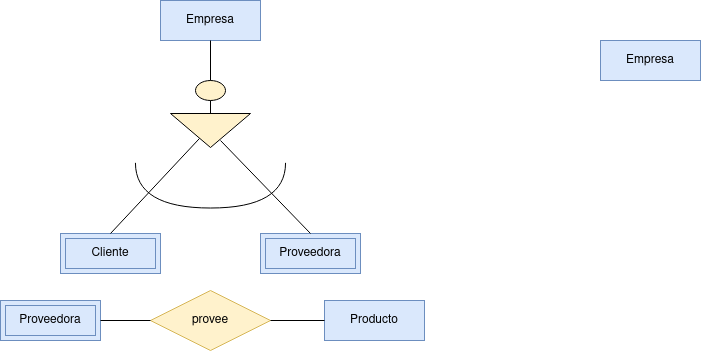
Earlier version of the draw.io export Unidad-1/Tareas/Tarea_Entregable-4/Diagrama Tarea Entregable 4.drawio.png (RafaelMayor/base-datos). Source tidied: cells renumbered, new cells last; positions are measured from the earlier drawing's top-left corner, leaving out a move shared by most shapes. The source it was exported from:
```xml
<mxGraphModel>
  <root>
    <mxCell id="0" />
    <mxCell id="1" parent="0" />
    <mxCell id="2" value="Empresa" style="whiteSpace=wrap;html=1;align=center;fillColor=#dae8fc;strokeColor=#6c8ebf;" parent="1" vertex="1">
      <mxGeometry x="160" width="100" height="40" as="geometry" />
    </mxCell>
    <mxCell id="3" value="Proveedora" style="shape=ext;margin=3;double=1;whiteSpace=wrap;html=1;align=center;fillColor=#dae8fc;strokeColor=#6c8ebf;" parent="1" vertex="1">
      <mxGeometry x="260" y="233" width="100" height="40" as="geometry" />
    </mxCell>
    <mxCell id="4" value="Cliente" style="shape=ext;margin=3;double=1;whiteSpace=wrap;html=1;align=center;fillColor=#dae8fc;strokeColor=#6c8ebf;" parent="1" vertex="1">
      <mxGeometry x="60" y="233" width="100" height="40" as="geometry" />
    </mxCell>
    <mxCell id="5" value="Producto" style="whiteSpace=wrap;html=1;align=center;fillColor=#dae8fc;strokeColor=#6c8ebf;" parent="1" vertex="1">
      <mxGeometry x="324" y="300" width="100" height="40" as="geometry" />
    </mxCell>
    <mxCell id="6" value="Empresa" style="whiteSpace=wrap;html=1;align=center;fillColor=#dae8fc;strokeColor=#6c8ebf;" parent="1" vertex="1">
      <mxGeometry x="600" y="40" width="100" height="40" as="geometry" />
    </mxCell>
    <mxCell id="7" style="ellipse;whiteSpace=wrap;html=1;fillColor=#fff2cc;strokeColor=#000000;" parent="1" vertex="1">
      <mxGeometry x="195" y="80" width="30" height="20" as="geometry" />
    </mxCell>
    <mxCell id="8" style="triangle;whiteSpace=wrap;html=1;rotation=90;fillColor=#fff2cc;strokeColor=#000000;" parent="1" vertex="1">
      <mxGeometry x="193" y="90" width="34" height="80" as="geometry" />
    </mxCell>
    <mxCell id="9" style="shape=requiredInterface;html=1;verticalLabelPosition=bottom;sketch=0;rotation=90;" parent="1" vertex="1">
      <mxGeometry x="187.4" y="109.9" width="45.2" height="150.1" as="geometry" />
    </mxCell>
    <mxCell id="10" style="endArrow=none;html=1;rounded=0;entryX=0.735;entryY=0.638;entryDx=0;entryDy=0;entryPerimeter=0;exitX=0.5;exitY=0;exitDx=0;exitDy=0;" parent="1" edge="1" source="4" target="8">
      <mxGeometry relative="1" as="geometry" />
    </mxCell>
    <mxCell id="11" style="endArrow=none;html=1;rounded=0;entryX=0.794;entryY=0.375;entryDx=0;entryDy=0;entryPerimeter=0;exitX=0.5;exitY=0;exitDx=0;exitDy=0;" parent="1" edge="1" source="3" target="8">
      <mxGeometry relative="1" as="geometry" />
    </mxCell>
    <mxCell id="12" style="endArrow=none;html=1;rounded=0;entryX=0.5;entryY=1;entryDx=0;entryDy=0;exitX=0.5;exitY=0;exitDx=0;exitDy=0;" parent="1" edge="1" source="7" target="2">
      <mxGeometry relative="1" as="geometry" />
    </mxCell>
    <mxCell id="13" style="endArrow=none;html=1;rounded=0;entryX=0.5;entryY=1;entryDx=0;entryDy=0;exitX=0;exitY=0.5;exitDx=0;exitDy=0;" parent="1" edge="1" source="8" target="7">
      <mxGeometry relative="1" as="geometry" />
    </mxCell>
    <mxCell id="14" value="Proveedora" style="shape=ext;margin=3;double=1;whiteSpace=wrap;html=1;align=center;fillColor=#dae8fc;strokeColor=#6c8ebf;" parent="1" vertex="1">
      <mxGeometry y="300" width="100" height="40" as="geometry" />
    </mxCell>
    <mxCell id="15" value="provee" style="shape=rhombus;perimeter=rhombusPerimeter;whiteSpace=wrap;html=1;align=center;fillColor=#fff2cc;strokeColor=#d6b656;" parent="1" vertex="1">
      <mxGeometry x="150" y="290" width="120" height="60" as="geometry" />
    </mxCell>
    <mxCell id="16" style="endArrow=none;html=1;rounded=0;exitX=1;exitY=0.5;exitDx=0;exitDy=0;entryX=0;entryY=0.5;entryDx=0;entryDy=0;" parent="1" edge="1" source="14" target="15">
      <mxGeometry relative="1" as="geometry" />
    </mxCell>
    <mxCell id="17" style="endArrow=none;html=1;rounded=0;exitX=1;exitY=0.5;exitDx=0;exitDy=0;entryX=0;entryY=0.5;entryDx=0;entryDy=0;" parent="1" edge="1" source="15" target="5">
      <mxGeometry relative="1" as="geometry" />
    </mxCell>
  </root>
</mxGraphModel>
```
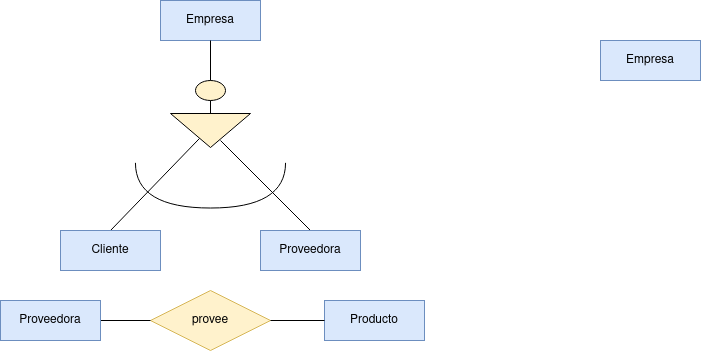
After the commit.

Diff of the diagram source:
```diff
@@ -5,12 +5,6 @@
     <mxCell id="2" value="Empresa" style="whiteSpace=wrap;html=1;align=center;fillColor=#dae8fc;strokeColor=#6c8ebf;" parent="1" vertex="1">
       <mxGeometry x="160" width="100" height="40" as="geometry" />
     </mxCell>
-    <mxCell id="3" value="Proveedora" style="shape=ext;margin=3;double=1;whiteSpace=wrap;html=1;align=center;fillColor=#dae8fc;strokeColor=#6c8ebf;" parent="1" vertex="1">
-      <mxGeometry x="260" y="233" width="100" height="40" as="geometry" />
-    </mxCell>
-    <mxCell id="4" value="Cliente" style="shape=ext;margin=3;double=1;whiteSpace=wrap;html=1;align=center;fillColor=#dae8fc;strokeColor=#6c8ebf;" parent="1" vertex="1">
-      <mxGeometry x="60" y="233" width="100" height="40" as="geometry" />
-    </mxCell>
     <mxCell id="5" value="Producto" style="whiteSpace=wrap;html=1;align=center;fillColor=#dae8fc;strokeColor=#6c8ebf;" parent="1" vertex="1">
       <mxGeometry x="324" y="300" width="100" height="40" as="geometry" />
     </mxCell>
@@ -29,7 +23,7 @@
     <mxCell id="10" style="endArrow=none;html=1;rounded=0;entryX=0.735;entryY=0.638;entryDx=0;entryDy=0;entryPerimeter=0;exitX=0.5;exitY=0;exitDx=0;exitDy=0;" parent="1" edge="1" source="4" target="8">
       <mxGeometry relative="1" as="geometry" />
     </mxCell>
-    <mxCell id="11" style="endArrow=none;html=1;rounded=0;entryX=0.794;entryY=0.375;entryDx=0;entryDy=0;entryPerimeter=0;exitX=0.5;exitY=0;exitDx=0;exitDy=0;" parent="1" edge="1" source="3" target="8">
+    <mxCell id="11" style="endArrow=none;html=1;rounded=0;entryX=0.794;entryY=0.375;entryDx=0;entryDy=0;entryPerimeter=0;exitX=0.5;exitY=0;exitDx=0;exitDy=0;" parent="1" edge="1" source="18" target="8">
       <mxGeometry relative="1" as="geometry" />
     </mxCell>
     <mxCell id="12" style="endArrow=none;html=1;rounded=0;entryX=0.5;entryY=1;entryDx=0;entryDy=0;exitX=0.5;exitY=0;exitDx=0;exitDy=0;" parent="1" edge="1" source="7" target="2">
@@ -38,17 +32,23 @@
     <mxCell id="13" style="endArrow=none;html=1;rounded=0;entryX=0.5;entryY=1;entryDx=0;entryDy=0;exitX=0;exitY=0.5;exitDx=0;exitDy=0;" parent="1" edge="1" source="8" target="7">
       <mxGeometry relative="1" as="geometry" />
     </mxCell>
-    <mxCell id="14" value="Proveedora" style="shape=ext;margin=3;double=1;whiteSpace=wrap;html=1;align=center;fillColor=#dae8fc;strokeColor=#6c8ebf;" parent="1" vertex="1">
-      <mxGeometry y="300" width="100" height="40" as="geometry" />
-    </mxCell>
     <mxCell id="15" value="provee" style="shape=rhombus;perimeter=rhombusPerimeter;whiteSpace=wrap;html=1;align=center;fillColor=#fff2cc;strokeColor=#d6b656;" parent="1" vertex="1">
       <mxGeometry x="150" y="290" width="120" height="60" as="geometry" />
     </mxCell>
-    <mxCell id="16" style="endArrow=none;html=1;rounded=0;exitX=1;exitY=0.5;exitDx=0;exitDy=0;entryX=0;entryY=0.5;entryDx=0;entryDy=0;" parent="1" edge="1" source="14" target="15">
+    <mxCell id="16" style="endArrow=none;html=1;rounded=0;exitX=1;exitY=0.5;exitDx=0;exitDy=0;entryX=0;entryY=0.5;entryDx=0;entryDy=0;" parent="1" edge="1" source="19" target="15">
       <mxGeometry relative="1" as="geometry" />
     </mxCell>
     <mxCell id="17" style="endArrow=none;html=1;rounded=0;exitX=1;exitY=0.5;exitDx=0;exitDy=0;entryX=0;entryY=0.5;entryDx=0;entryDy=0;" parent="1" edge="1" source="15" target="5">
       <mxGeometry relative="1" as="geometry" />
     </mxCell>
+    <mxCell id="18" value="Proveedora" style="whiteSpace=wrap;html=1;align=center;fillColor=#dae8fc;strokeColor=#6c8ebf;" parent="1" vertex="1">
+      <mxGeometry x="260" y="230" width="100" height="40" as="geometry" />
+    </mxCell>
+    <mxCell id="4" value="Cliente" style="whiteSpace=wrap;html=1;align=center;fillColor=#dae8fc;strokeColor=#6c8ebf;" parent="1" vertex="1">
+      <mxGeometry x="60" y="230" width="100" height="40" as="geometry" />
+    </mxCell>
+    <mxCell id="19" value="Proveedora" style="whiteSpace=wrap;html=1;align=center;fillColor=#dae8fc;strokeColor=#6c8ebf;" parent="1" vertex="1">
+      <mxGeometry y="300" width="100" height="40" as="geometry" />
+    </mxCell>
   </root>
 </mxGraphModel>
```
